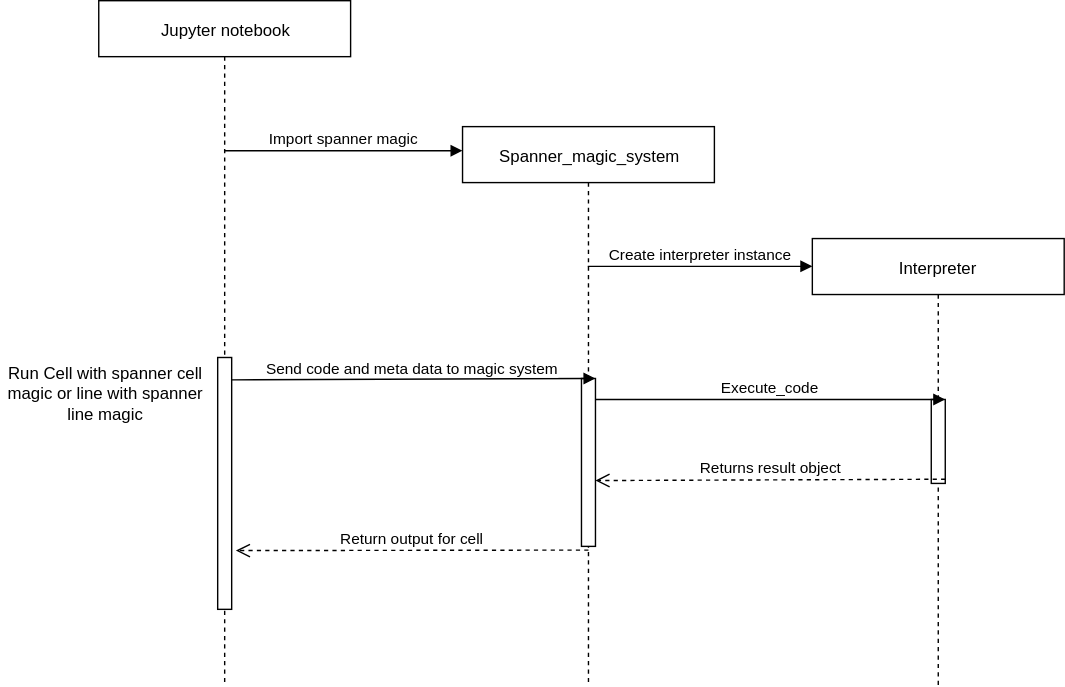
DeanLight/spannerlib keeps this draw.io diagram as doc/Ipython_magic_scheme.svg. Above is the earlier version. Source tidied: cells renumbered, new cells last; positions are measured from the earlier drawing's top-left corner, leaving out a move shared by most shapes.
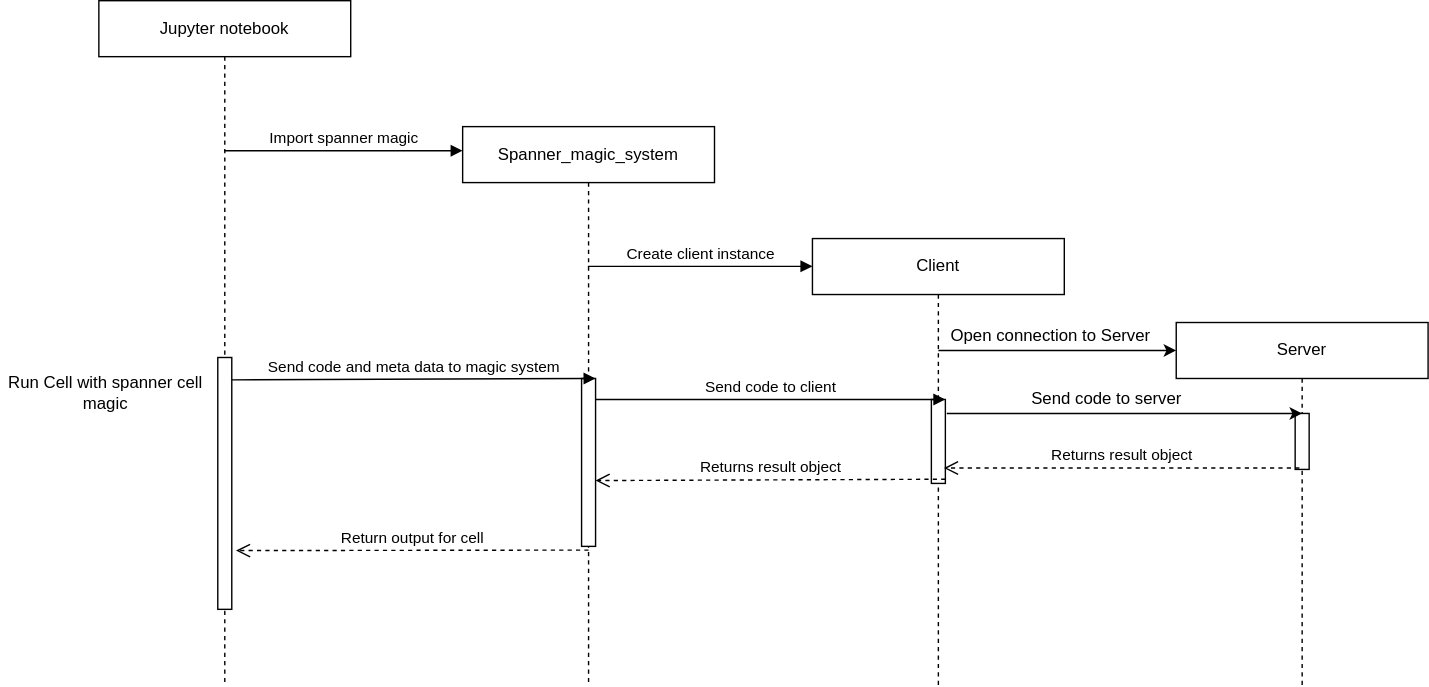
The same file after the commit.

Commit message:
updated magic scheme diagram server now registers default ie's fixed bug in remote connection added advanced usage tutorial

The edit, as a diff of the source:
```diff
@@ -14,7 +14,7 @@
     <mxCell id="5" style="html=1;points=[];perimeter=orthogonalPerimeter;" parent="4" vertex="1">
       <mxGeometry x="85" y="180" width="10" height="120" as="geometry" />
     </mxCell>
-    <mxCell id="6" value="Interpreter" style="shape=umlLifeline;perimeter=lifelinePerimeter;whiteSpace=wrap;html=1;" parent="1" vertex="1">
+    <mxCell id="6" value="Client" style="shape=umlLifeline;perimeter=lifelinePerimeter;whiteSpace=wrap;html=1;" parent="1" vertex="1">
       <mxGeometry x="580" y="170" width="180" height="320" as="geometry" />
     </mxCell>
     <mxCell id="7" style="html=1;points=[];perimeter=orthogonalPerimeter;" parent="6" vertex="1">
@@ -31,19 +31,49 @@
     <mxCell id="10" value="Import spanner magic" style="html=1;verticalAlign=bottom;endArrow=block;entryX=0;entryY=0.043;entryDx=0;entryDy=0;entryPerimeter=0;" parent="1" edge="1" source="2" target="4">
       <mxGeometry relative="1" as="geometry" />
     </mxCell>
-    <mxCell id="11" value="Create interpreter instance" style="html=1;verticalAlign=bottom;endArrow=block;entryX=0;entryY=0.043;entryDx=0;entryDy=0;entryPerimeter=0;" parent="1" edge="1" source="4">
+    <mxCell id="11" value="Create client instance" style="html=1;verticalAlign=bottom;endArrow=block;entryX=0;entryY=0.043;entryDx=0;entryDy=0;entryPerimeter=0;" parent="1" edge="1" source="4">
       <mxGeometry relative="1" as="geometry">
         <mxPoint x="580" y="189.8" as="targetPoint" />
       </mxGeometry>
     </mxCell>
-    <mxCell id="12" value="Run Cell with spanner cell magic or line with spanner line magic" style="text;html=1;strokeColor=none;fillColor=none;align=center;verticalAlign=middle;whiteSpace=wrap;rounded=0;" parent="1" vertex="1">
+    <mxCell id="12" value="Run Cell with spanner cell magic" style="text;html=1;strokeColor=none;fillColor=none;align=center;verticalAlign=middle;whiteSpace=wrap;rounded=0;" parent="1" vertex="1">
       <mxGeometry y="250" width="150" height="60" as="geometry" />
     </mxCell>
-    <mxCell id="13" value="Execute_code" style="html=1;verticalAlign=bottom;endArrow=block;entryX=1;entryY=0;exitX=1;exitY=0.125;exitDx=0;exitDy=0;exitPerimeter=0;" parent="1" edge="1" source="5" target="7">
+    <mxCell id="13" value="Send code to client" style="html=1;verticalAlign=bottom;endArrow=block;entryX=1;entryY=0;exitX=1;exitY=0.125;exitDx=0;exitDy=0;exitPerimeter=0;" parent="1" edge="1" source="5" target="7">
       <mxGeometry relative="1" as="geometry" />
     </mxCell>
     <mxCell id="14" value="Returns result object" style="html=1;verticalAlign=bottom;endArrow=open;dashed=1;endSize=8;exitX=1;exitY=0.95;entryX=1;entryY=0.608;entryDx=0;entryDy=0;entryPerimeter=0;" parent="1" edge="1" source="7" target="5">
       <mxGeometry relative="1" as="geometry" />
     </mxCell>
+    <mxCell id="15" value="Server" style="shape=umlLifeline;perimeter=lifelinePerimeter;whiteSpace=wrap;html=1;" parent="1" vertex="1">
+      <mxGeometry x="840" y="230" width="180" height="260" as="geometry" />
+    </mxCell>
+    <mxCell id="16" style="html=1;perimeter=orthogonalPerimeter;" parent="15" vertex="1">
+      <mxGeometry x="85" y="65" width="10" height="40" as="geometry" />
+    </mxCell>
+    <mxCell id="17" style="endArrow=classic;html=1;" parent="1" edge="1">
+      <mxGeometry relative="1" as="geometry">
+        <mxPoint x="676" y="295" as="sourcePoint" />
+        <mxPoint x="930" y="295" as="targetPoint" />
+      </mxGeometry>
+    </mxCell>
+    <mxCell id="18" style="endArrow=classic;html=1;" parent="1" edge="1">
+      <mxGeometry relative="1" as="geometry">
+        <mxPoint x="670" y="250" as="sourcePoint" />
+        <mxPoint x="840" y="250" as="targetPoint" />
+      </mxGeometry>
+    </mxCell>
+    <mxCell id="19" value="Returns result object" style="html=1;verticalAlign=bottom;endArrow=open;dashed=1;endSize=8;exitX=1;exitY=0.95;entryX=1;entryY=0.608;entryDx=0;entryDy=0;entryPerimeter=0;" parent="1" edge="1">
+      <mxGeometry relative="1" as="geometry">
+        <mxPoint x="928" y="334" as="sourcePoint" />
+        <mxPoint x="674" y="334" as="targetPoint" />
+      </mxGeometry>
+    </mxCell>
+    <mxCell id="20" value="Send code to server" style="text;html=1;align=center;verticalAlign=middle;" parent="1" vertex="1">
+      <mxGeometry x="730" y="275" width="120" height="20" as="geometry" />
+    </mxCell>
+    <mxCell id="21" value="Open connection to Server" style="text;html=1;align=center;verticalAlign=middle;" parent="1" vertex="1">
+      <mxGeometry x="670" y="230" width="160" height="20" as="geometry" />
+    </mxCell>
   </root>
 </mxGraphModel>
```
